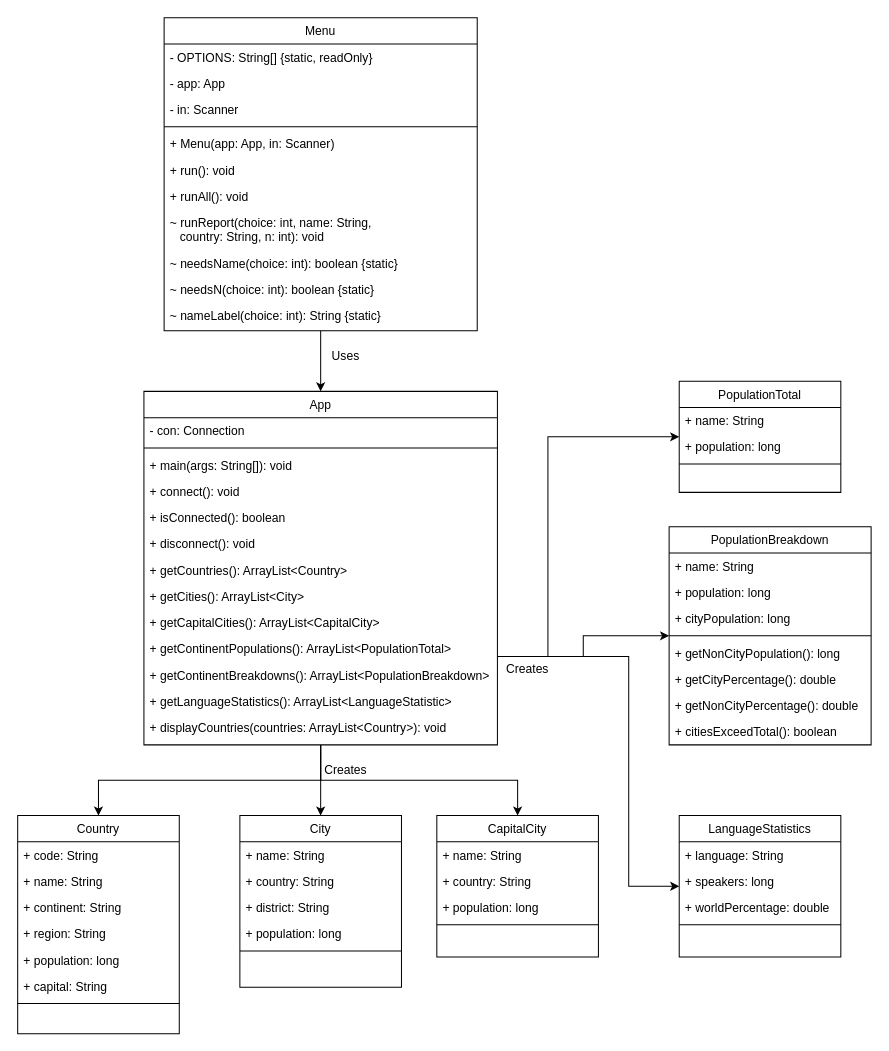
Lancelcode/set08103-group4-coursework keeps this draw.io diagram as docs/diagrams/class-diagram.drawio. Above is the earlier version. Source tidied: cells renumbered, new cells numbered last; positions are measured from the earlier drawing's top-left corner, leaving out a move shared by most shapes. Both pictures are drawn from the tidied source at 101%, with x=0, y=0 at pixel (17, 17).
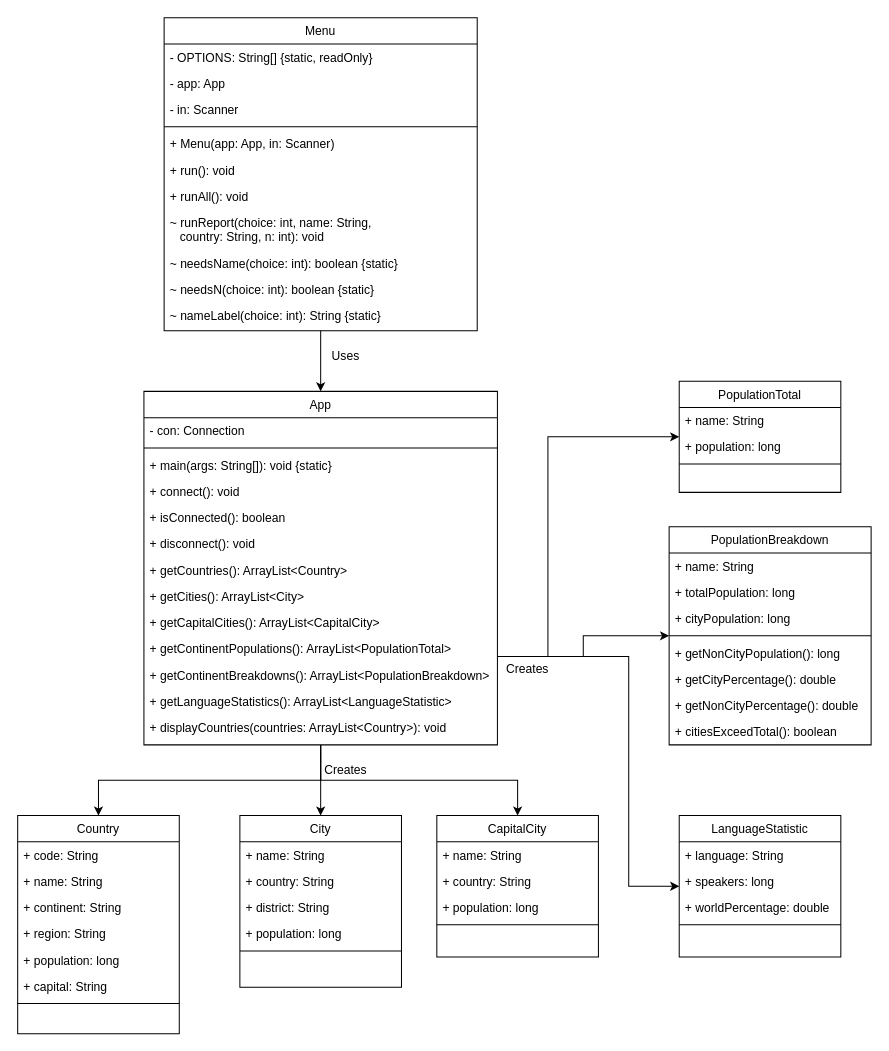
After the change.

Commit message (it also covers changes not shown here):
Fix field and class names in the class diagram (#123)

The change refers to these unchanged cells:
```xml
<mxCell id="25" value="PopulationBreakdown" style="swimlane;fontStyle=0;align=center;verticalAlign=top;horizontal=1;startSize=26;rounded=0;shadow=0;strokeWidth=1;" parent="1" vertex="1">
  <mxGeometry x="645" y="504" width="200" height="216" as="geometry" />
</mxCell>
<mxCell id="58" value="App" style="swimlane;fontStyle=0;align=center;verticalAlign=top;horizontal=1;startSize=26;rounded=0;shadow=0;strokeWidth=1;" parent="1" vertex="1">
  <mxGeometry x="125" y="370" width="350" height="350" as="geometry" />
</mxCell>
```

The edit, as a diff of the source:
```diff
@@
-    <mxCell id="27" value="+ population: long  " style="text;align=left;verticalAlign=top;spacingLeft=4;spacingRight=4;overflow=hidden;rounded=0;shadow=0;html=0;" parent="25" vertex="1">
+    <mxCell id="27" value="+ totalPopulation: long" style="text;align=left;verticalAlign=top;spacingLeft=4;spacingRight=4;overflow=hidden;rounded=0;shadow=0;html=0;" parent="25" vertex="1">
       <mxGeometry y="52" width="200" height="26" as="geometry" />
     </mxCell>
@@
-    <mxCell id="34" value="LanguageStatistics" style="swimlane;fontStyle=0;align=center;verticalAlign=top;horizontal=1;startSize=26;rounded=0;shadow=0;strokeWidth=1;" parent="1" vertex="1">
+    <mxCell id="34" value="LanguageStatistic" style="swimlane;fontStyle=0;align=center;verticalAlign=top;horizontal=1;startSize=26;rounded=0;shadow=0;strokeWidth=1;" parent="1" vertex="1">
       <mxGeometry x="655" y="790" width="160" height="140" as="geometry" />
     </mxCell>
@@
-    <mxCell id="61" value="+ main(args: String[]): void " style="text;align=left;verticalAlign=top;spacingLeft=4;spacingRight=4;overflow=hidden;" parent="58" vertex="1">
+    <mxCell id="61" value="+ main(args: String[]): void {static}" style="text;align=left;verticalAlign=top;spacingLeft=4;spacingRight=4;overflow=hidden;" parent="58" vertex="1">
       <mxGeometry y="60" width="350" height="26" as="geometry" />
     </mxCell>
```
